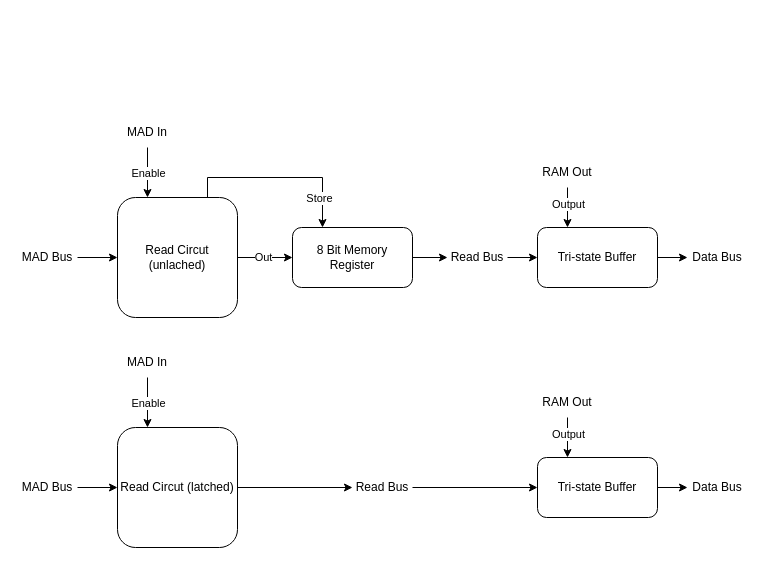
Above: page "Clear & Read" (3 of 4) of General/Magnetic Memory.drawio in omzz15/Magnetic-Memory (draw.io), before the change. Source tidied: cells renumbered, new cells numbered last; positions are measured from the earlier drawing's top-left corner, leaving out a move shared by most shapes. Both pictures are drawn from the tidied source at 100%, with x=0, y=0 at pixel (17, 117).
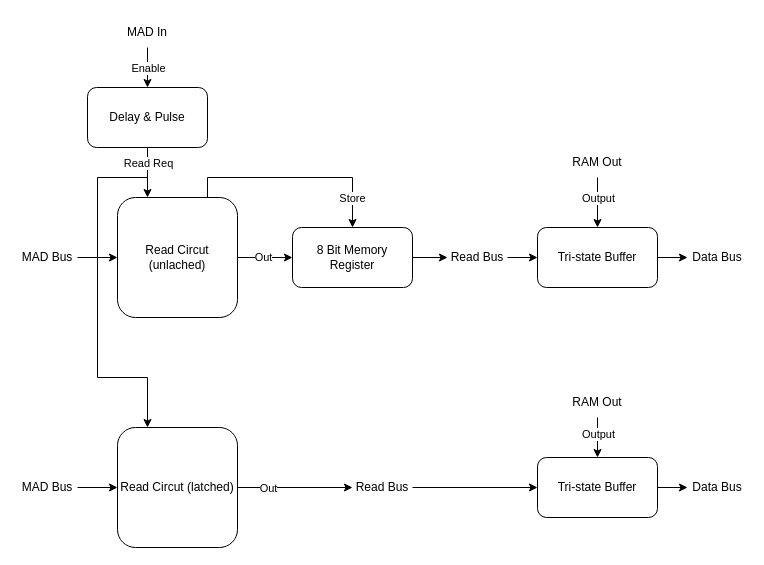
After the change.

The change refers to these unchanged cells:
```xml
<mxCell id="3" value="8 Bit Memory Register" style="rounded=1;whiteSpace=wrap;html=1;" parent="1" vertex="1">
  <mxGeometry x="275" y="110" width="120" height="60" as="geometry" />
</mxCell>
<mxCell id="7" value="Tri-state Buffer" style="rounded=1;whiteSpace=wrap;html=1;" parent="1" vertex="1">
  <mxGeometry x="520" y="110" width="120" height="60" as="geometry" />
</mxCell>
<mxCell id="12" value="Read Circut (unlached)" style="rounded=1;whiteSpace=wrap;html=1;" parent="1" vertex="1">
  <mxGeometry x="100" y="80" width="120" height="120" as="geometry" />
</mxCell>
<mxCell id="25" value="Tri-state Buffer" style="rounded=1;whiteSpace=wrap;html=1;" parent="1" vertex="1">
  <mxGeometry x="520" y="340" width="120" height="60" as="geometry" />
</mxCell>
<mxCell id="30" style="edgeStyle=orthogonalEdgeStyle;rounded=0;jettySize=auto;html=1;entryX=0;entryY=0.5;entryDx=0;entryDy=0;" parent="1" edge="1" source="31" target="23">
  <mxGeometry relative="1" as="geometry" />
</mxCell>
<mxCell id="31" value="Read Circut (latched)" style="rounded=1;whiteSpace=wrap;html=1;" parent="1" vertex="1">
  <mxGeometry x="100" y="310" width="120" height="120" as="geometry" />
</mxCell>
```

Diff of the diagram source:
```diff
@@
-    <mxCell id="9" style="edgeStyle=orthogonalEdgeStyle;rounded=0;jettySize=auto;html=1;entryX=0.25;entryY=0;entryDx=0;entryDy=0;" parent="1" edge="1" source="11" target="12">
-      <mxGeometry relative="1" as="geometry" />
-    </mxCell>
-    <mxCell id="10" value="Enable" style="edgeLabel;html=1;align=center;verticalAlign=middle;" parent="9" vertex="1">
-      <mxGeometry x="0.01" relative="1" as="geometry" />
-    </mxCell>
+    <mxCell id="37" style="edgeStyle=orthogonalEdgeStyle;rounded=0;jettySize=auto;html=1;entryX=0.5;entryY=0;entryDx=0;entryDy=0;" parent="1" edge="1" source="11" target="43">
+      <mxGeometry relative="1" as="geometry" />
+    </mxCell>
+    <mxCell id="38" value="Enable" style="edgeLabel;html=1;align=center;verticalAlign=middle;" parent="37" vertex="1">
+      <mxGeometry x="-0.48" relative="1" as="geometry">
+        <mxPoint y="10" as="offset" />
+      </mxGeometry>
+    </mxCell>
     <mxCell id="11" value="MAD In" style="text;html=1;strokeColor=none;fillColor=none;align=center;verticalAlign=middle;whiteSpace=wrap;rounded=0;" parent="1" vertex="1">
-      <mxGeometry x="100" width="60" height="30" as="geometry" />
+      <mxGeometry x="100" y="-100" width="60" height="30" as="geometry" />
     </mxCell>
@@
-    <mxCell id="15" style="edgeStyle=orthogonalEdgeStyle;rounded=0;jettySize=auto;html=1;entryX=0.25;entryY=0;entryDx=0;entryDy=0;exitX=0.75;exitY=0;exitDx=0;exitDy=0;" parent="1" edge="1" source="12" target="3">
+    <mxCell id="15" style="edgeStyle=orthogonalEdgeStyle;rounded=0;jettySize=auto;html=1;entryX=0.5;entryY=0;entryDx=0;entryDy=0;exitX=0.75;exitY=0;exitDx=0;exitDy=0;" parent="1" edge="1" source="12" target="3">
       <mxGeometry relative="1" as="geometry" />
     </mxCell>
     <mxCell id="16" value="Store" style="edgeLabel;html=1;align=center;verticalAlign=middle;" parent="15" vertex="1">
       <mxGeometry x="0.12" y="-1" relative="1" as="geometry">
-        <mxPoint x="27" y="19" as="offset" />
+        <mxPoint x="44" y="19" as="offset" />
       </mxGeometry>
     </mxCell>
@@
-    <mxCell id="19" style="edgeStyle=orthogonalEdgeStyle;rounded=0;jettySize=auto;html=1;entryX=0.25;entryY=0;entryDx=0;entryDy=0;" parent="1" edge="1" source="21" target="7">
+    <mxCell id="19" style="edgeStyle=orthogonalEdgeStyle;rounded=0;jettySize=auto;html=1;entryX=0.5;entryY=0;entryDx=0;entryDy=0;" parent="1" edge="1" source="21" target="7">
       <mxGeometry relative="1" as="geometry" />
     </mxCell>
@@
     <mxCell id="21" value="RAM Out" style="text;html=1;strokeColor=none;fillColor=none;align=center;verticalAlign=middle;whiteSpace=wrap;rounded=0;" parent="1" vertex="1">
-      <mxGeometry x="520" y="40" width="60" height="30" as="geometry" />
+      <mxGeometry x="550" y="30" width="60" height="30" as="geometry" />
     </mxCell>
@@
-    <mxCell id="27" style="edgeStyle=orthogonalEdgeStyle;rounded=0;jettySize=auto;html=1;entryX=0.25;entryY=0;entryDx=0;entryDy=0;" parent="1" edge="1" source="29" target="31">
-      <mxGeometry relative="1" as="geometry" />
-    </mxCell>
-    <mxCell id="28" value="Enable" style="edgeLabel;html=1;align=center;verticalAlign=middle;" parent="27" vertex="1">
-      <mxGeometry x="0.01" relative="1" as="geometry" />
-    </mxCell>
-    <mxCell id="29" value="MAD In" style="text;html=1;strokeColor=none;fillColor=none;align=center;verticalAlign=middle;whiteSpace=wrap;rounded=0;" parent="1" vertex="1">
-      <mxGeometry x="100" y="230" width="60" height="30" as="geometry" />
-    </mxCell>
@@
+    <mxCell id="39" value="Out" style="edgeLabel;html=1;align=center;verticalAlign=middle;" parent="30" vertex="1">
+      <mxGeometry x="-0.61" y="-3" relative="1" as="geometry">
+        <mxPoint x="8" y="-3" as="offset" />
+      </mxGeometry>
+    </mxCell>
@@
-    <mxCell id="34" style="edgeStyle=orthogonalEdgeStyle;rounded=0;jettySize=auto;html=1;entryX=0.25;entryY=0;entryDx=0;entryDy=0;" parent="1" edge="1" source="36" target="25">
+    <mxCell id="34" style="edgeStyle=orthogonalEdgeStyle;rounded=0;jettySize=auto;html=1;entryX=0.5;entryY=0;entryDx=0;entryDy=0;" parent="1" edge="1" source="36" target="25">
       <mxGeometry relative="1" as="geometry" />
     </mxCell>
@@
     <mxCell id="36" value="RAM Out" style="text;html=1;strokeColor=none;fillColor=none;align=center;verticalAlign=middle;whiteSpace=wrap;rounded=0;" parent="1" vertex="1">
-      <mxGeometry x="520" y="270" width="60" height="30" as="geometry" />
+      <mxGeometry x="550" y="270" width="60" height="30" as="geometry" />
     </mxCell>
+    <mxCell id="40" style="edgeStyle=orthogonalEdgeStyle;rounded=0;jettySize=auto;html=1;exitX=0.5;exitY=1;exitDx=0;exitDy=0;entryX=0.25;entryY=0;entryDx=0;entryDy=0;" parent="1" edge="1" source="43" target="12">
+      <mxGeometry relative="1" as="geometry" />
+    </mxCell>
+    <mxCell id="41" style="edgeStyle=orthogonalEdgeStyle;rounded=0;jettySize=auto;html=1;entryX=0.25;entryY=0;entryDx=0;entryDy=0;exitX=0.5;exitY=1;exitDx=0;exitDy=0;" parent="1" edge="1" source="43" target="31">
+      <mxGeometry relative="1" as="geometry">
+        <Array as="points">
+          <mxPoint x="130" y="60" />
+          <mxPoint x="80" y="60" />
+          <mxPoint x="80" y="260" />
+          <mxPoint x="130" y="260" />
+        </Array>
+      </mxGeometry>
+    </mxCell>
+    <mxCell id="42" value="Read Req" style="edgeLabel;html=1;align=center;verticalAlign=middle;" parent="41" vertex="1">
+      <mxGeometry x="-0.94" y="1" relative="1" as="geometry">
+        <mxPoint x="-1" y="4" as="offset" />
+      </mxGeometry>
+    </mxCell>
+    <mxCell id="43" value="Delay &amp;amp; Pulse" style="rounded=1;whiteSpace=wrap;html=1;" parent="1" vertex="1">
+      <mxGeometry x="70" y="-30" width="120" height="60" as="geometry" />
+    </mxCell>
```
